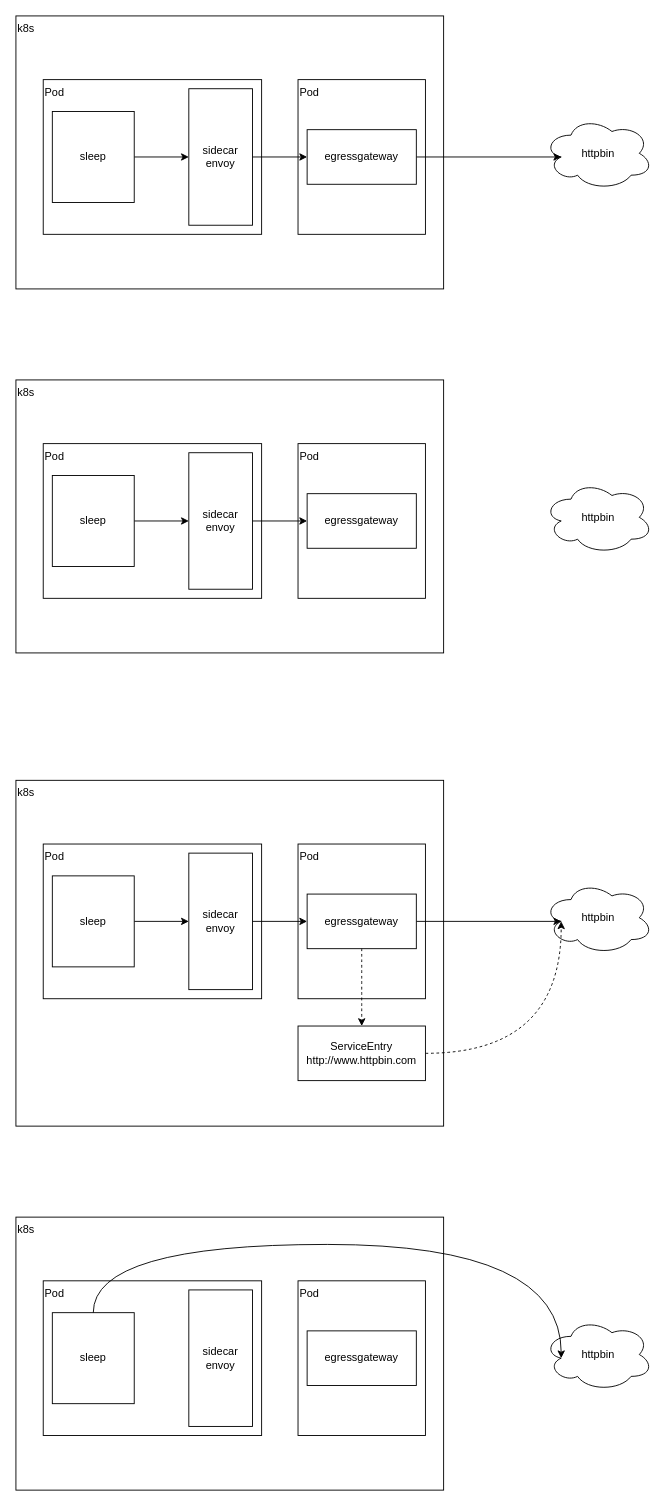
This is istio-egress策略.drawio from catface996/images, a draw.io file, before an edit. Source tidied: cells renumbered, new cells numbered last; positions are measured from the earlier drawing's top-left corner, leaving out a move shared by most shapes. Both pictures are drawn from the tidied source at 91%, with x=0, y=0 at pixel (15, 15).
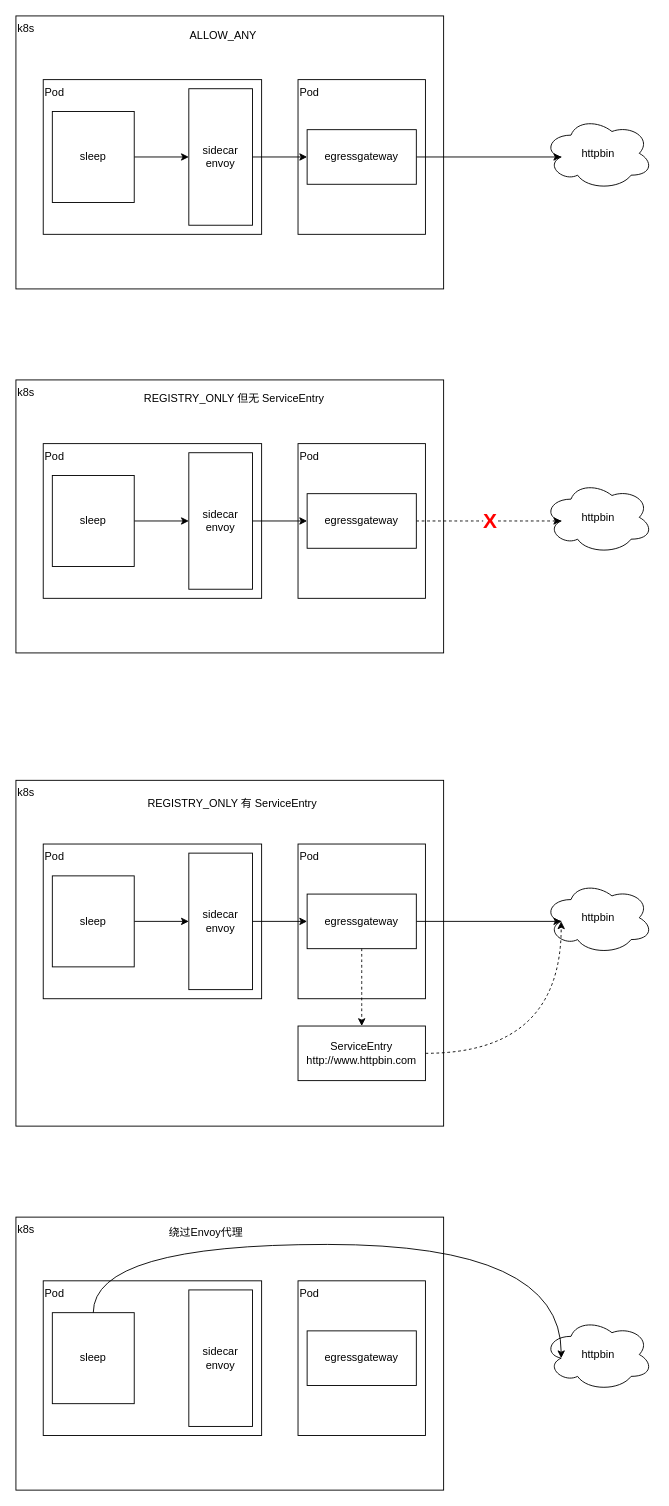
The same page after the edit.

The change refers to these unchanged cells:
```xml
<mxCell id="13" value="httpbin" style="ellipse;shape=cloud;whiteSpace=wrap;html=1;" parent="1" vertex="1">
  <mxGeometry x="580" y="511" width="120" height="80" as="geometry" />
</mxCell>
<mxCell id="19" value="egressgateway" style="rounded=0;whiteSpace=wrap;html=1;" parent="1" vertex="1">
  <mxGeometry x="320" y="525" width="120" height="60" as="geometry" />
</mxCell>
```

Change to the diagram source:
```diff
@@
+    <mxCell id="42" style="edgeStyle=orthogonalEdgeStyle;curved=1;rounded=0;jettySize=auto;html=1;entryX=0.16;entryY=0.55;entryDx=0;entryDy=0;entryPerimeter=0;dashed=1;" parent="1" edge="1" source="19" target="13">
+      <mxGeometry relative="1" as="geometry" />
+    </mxCell>
+    <mxCell id="43" value="&lt;font color=&quot;#ff0000&quot; size=&quot;1&quot;&gt;&lt;b style=&quot;font-size: 23px&quot;&gt;X&lt;/b&gt;&lt;/font&gt;" style="edgeLabel;html=1;align=center;verticalAlign=middle;" parent="42" vertex="1">
+      <mxGeometry x="0.01" y="2" relative="1" as="geometry">
+        <mxPoint y="1" as="offset" />
+      </mxGeometry>
+    </mxCell>
@@
+    <mxCell id="44" value="ALLOW_ANY" style="text;html=1;strokeColor=none;fillColor=none;align=center;verticalAlign=middle;whiteSpace=wrap;rounded=0;" parent="1" vertex="1">
+      <mxGeometry x="198" y="7" width="60" height="30" as="geometry" />
+    </mxCell>
+    <mxCell id="45" value="REGISTRY_ONLY 但无 ServiceEntry" style="text;html=1;strokeColor=none;fillColor=none;align=center;verticalAlign=middle;whiteSpace=wrap;rounded=0;" parent="1" vertex="1">
+      <mxGeometry x="127" y="406" width="226" height="30" as="geometry" />
+    </mxCell>
+    <mxCell id="46" value="REGISTRY_ONLY 有 ServiceEntry" style="text;html=1;strokeColor=none;fillColor=none;align=center;verticalAlign=middle;whiteSpace=wrap;rounded=0;" parent="1" vertex="1">
+      <mxGeometry x="125" y="851" width="226" height="30" as="geometry" />
+    </mxCell>
+    <mxCell id="47" value="绕过Envoy代理" style="text;html=1;strokeColor=none;fillColor=none;align=center;verticalAlign=middle;whiteSpace=wrap;rounded=0;" parent="1" vertex="1">
+      <mxGeometry x="96" y="1322" width="226" height="30" as="geometry" />
+    </mxCell>
```
